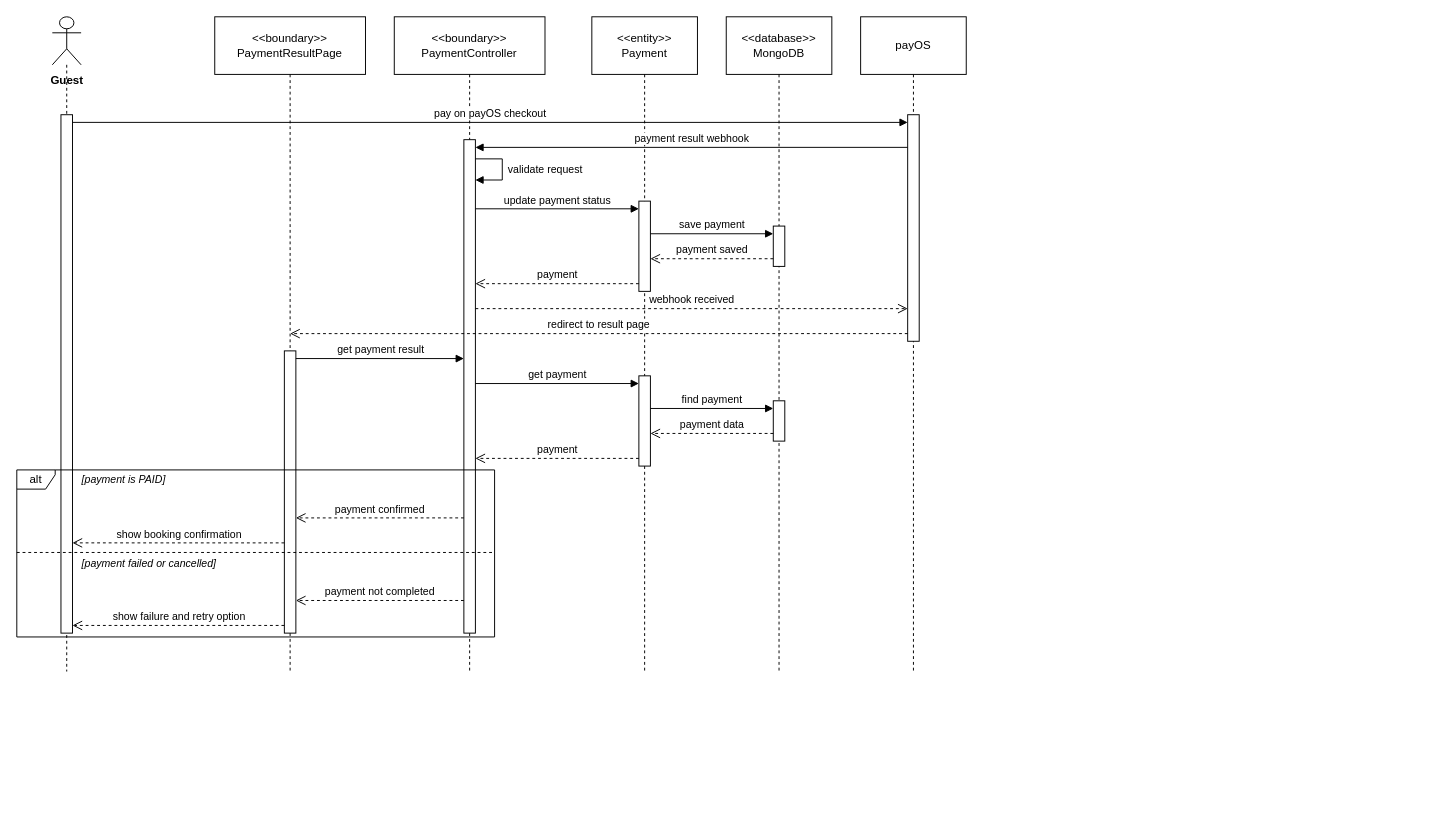
Above: final/diagrams/M4_Billing-And-Payment_Diagrams/sequence_diagrams/SD-13_UC-G10_PayForBooking.drawio in toikobi401/SWD392 (draw.io), before the change. Source tidied: cells renumbered, new cells numbered last; positions are measured from the earlier drawing's top-left corner, leaving out a move shared by most shapes. Both pictures are drawn from the tidied source at 96%, with x=0, y=0 at pixel (16, 16).
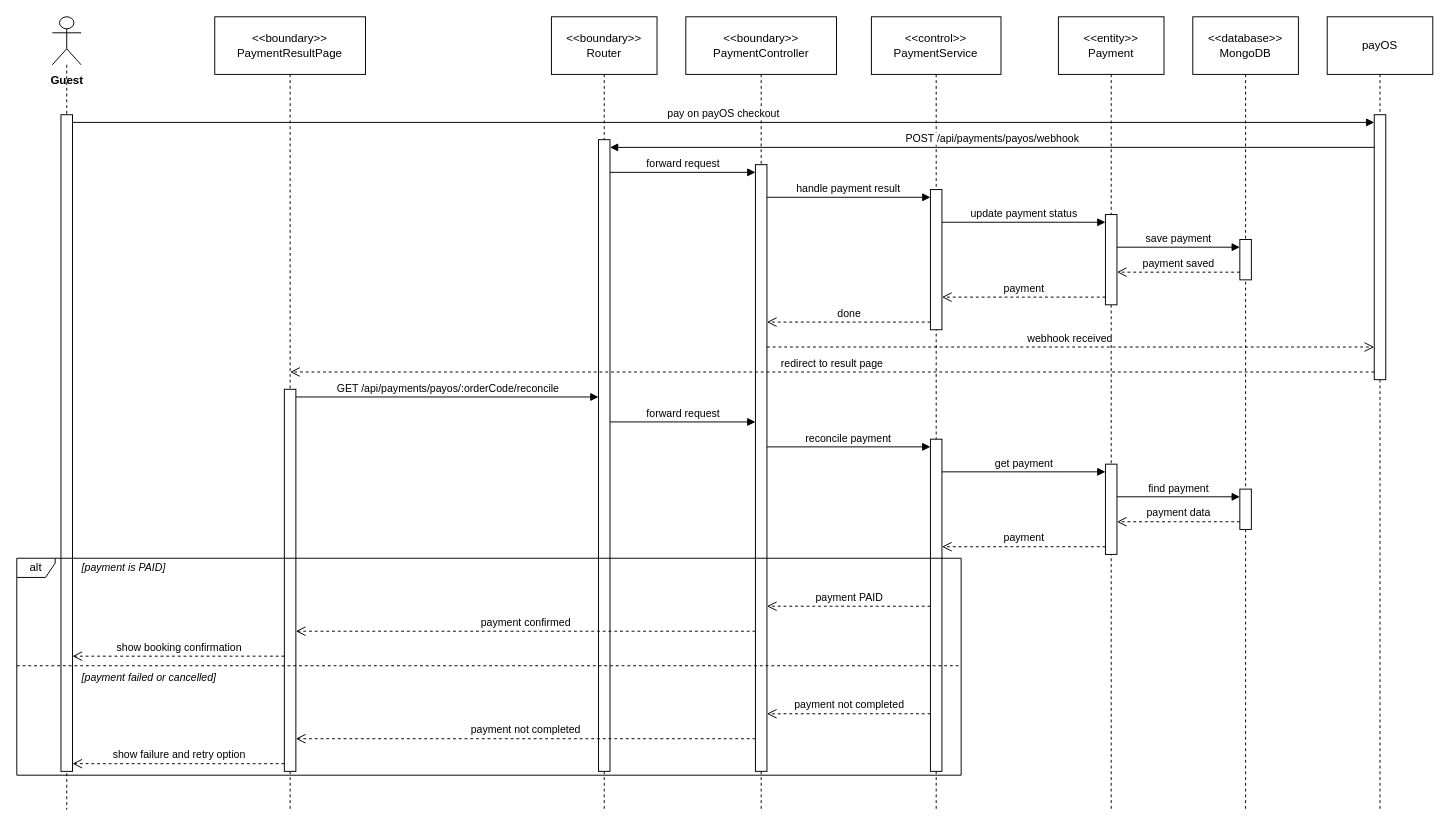
Above is the later version.

Change to the diagram source:
```diff
@@
     <mxCell id="2" value="Guest" style="shape=umlLifeline;participant=umlActor;perimeter=lifelinePerimeter;whiteSpace=nowrap;html=1;verticalAlign=top;spacingTop=52;size=50;fontStyle=1;" parent="1" vertex="1">
-      <mxGeometry x="37" width="30" height="682" as="geometry" />
+      <mxGeometry x="37" width="30" height="826" as="geometry" />
     </mxCell>
     <mxCell id="3" value="&amp;lt;&amp;lt;boundary&amp;gt;&amp;gt;&lt;br&gt;PaymentResultPage" style="shape=umlLifeline;perimeter=lifelinePerimeter;whiteSpace=wrap;html=1;outlineConnect=0;size=60;" parent="1" vertex="1">
-      <mxGeometry x="206.2" width="157" height="682" as="geometry" />
+      <mxGeometry x="206.2" width="157" height="826" as="geometry" />
     </mxCell>
+    <mxCell id="38" value="&amp;lt;&amp;lt;boundary&amp;gt;&amp;gt;&lt;br&gt;Router" style="shape=umlLifeline;perimeter=lifelinePerimeter;whiteSpace=wrap;html=1;size=60;" parent="1" vertex="1">
+      <mxGeometry x="556.9" width="110" height="826" as="geometry" />
+    </mxCell>
     <mxCell id="4" value="&amp;lt;&amp;lt;boundary&amp;gt;&amp;gt;&lt;br&gt;PaymentController" style="shape=umlLifeline;perimeter=lifelinePerimeter;whiteSpace=wrap;html=1;size=60;" parent="1" vertex="1">
-      <mxGeometry x="393.2" width="157" height="682" as="geometry" />
+      <mxGeometry x="696.9" width="157" height="826" as="geometry" />
     </mxCell>
+    <mxCell id="39" value="&amp;lt;&amp;lt;control&amp;gt;&amp;gt;&lt;br&gt;PaymentService" style="shape=umlLifeline;perimeter=lifelinePerimeter;whiteSpace=wrap;html=1;size=60;" parent="1" vertex="1">
+      <mxGeometry x="890.2" width="135" height="826" as="geometry" />
+    </mxCell>
     <mxCell id="5" value="&amp;lt;&amp;lt;entity&amp;gt;&amp;gt;&lt;br&gt;Payment" style="shape=umlLifeline;perimeter=lifelinePerimeter;whiteSpace=wrap;html=1;size=60;" parent="1" vertex="1">
-      <mxGeometry x="599" width="110" height="682" as="geometry" />
+      <mxGeometry x="1085" width="110" height="826" as="geometry" />
     </mxCell>
     <mxCell id="6" value="&amp;lt;&amp;lt;database&amp;gt;&amp;gt;&lt;br&gt;MongoDB" style="shape=umlLifeline;perimeter=lifelinePerimeter;whiteSpace=wrap;html=1;size=60;" parent="1" vertex="1">
-      <mxGeometry x="739" width="110" height="682" as="geometry" />
+      <mxGeometry x="1225" width="110" height="826" as="geometry" />
     </mxCell>
     <mxCell id="7" value="payOS" style="shape=umlLifeline;perimeter=lifelinePerimeter;whiteSpace=wrap;html=1;size=60;" parent="1" vertex="1">
-      <mxGeometry x="879" width="110" height="682" as="geometry" />
+      <mxGeometry x="1365" width="110" height="826" as="geometry" />
     </mxCell>
     <mxCell id="8" style="html=1;points=[];perimeter=orthogonalPerimeter;outlineConnect=0;targetShapes=umlLifeline;portConstraint=eastwest;" parent="6" vertex="1">
-      <mxGeometry x="49" y="218" width="12" height="42" as="geometry" />
+      <mxGeometry x="49" y="232" width="12" height="42" as="geometry" />
     </mxCell>
     <mxCell id="9" style="html=1;points=[];perimeter=orthogonalPerimeter;outlineConnect=0;targetShapes=umlLifeline;portConstraint=eastwest;" parent="5" vertex="1">
-      <mxGeometry x="49" y="192" width="12" height="94" as="geometry" />
+      <mxGeometry x="49" y="206" width="12" height="94" as="geometry" />
     </mxCell>
-    <mxCell id="10" style="html=1;points=[];perimeter=orthogonalPerimeter;outlineConnect=0;targetShapes=umlLifeline;portConstraint=eastwest;" parent="7" vertex="1">
-      <mxGeometry x="49" y="102" width="12" height="236" as="geometry" />
-    </mxCell>
-    <mxCell id="11" style="html=1;points=[];perimeter=orthogonalPerimeter;outlineConnect=0;targetShapes=umlLifeline;portConstraint=eastwest;" parent="6" vertex="1">
-      <mxGeometry x="49" y="400" width="12" height="42" as="geometry" />
-    </mxCell>
-    <mxCell id="12" style="html=1;points=[];perimeter=orthogonalPerimeter;outlineConnect=0;targetShapes=umlLifeline;portConstraint=eastwest;" parent="5" vertex="1">
-      <mxGeometry x="49" y="374" width="12" height="94" as="geometry" />
-    </mxCell>
-    <mxCell id="13" style="html=1;points=[];perimeter=orthogonalPerimeter;outlineConnect=0;targetShapes=umlLifeline;portConstraint=eastwest;" parent="3" vertex="1">
-      <mxGeometry x="72.5" y="348" width="12" height="294" as="geometry" />
-    </mxCell>
-    <mxCell id="14" style="html=1;points=[];perimeter=orthogonalPerimeter;outlineConnect=0;targetShapes=umlLifeline;portConstraint=eastwest;" parent="4" vertex="1">
-      <mxGeometry x="72.5" y="128" width="12" height="514" as="geometry" />
-    </mxCell>
-    <mxCell id="15" style="html=1;points=[];perimeter=orthogonalPerimeter;outlineConnect=0;targetShapes=umlLifeline;portConstraint=eastwest;" parent="2" vertex="1">
-      <mxGeometry x="9" y="102" width="12" height="540" as="geometry" />
-    </mxCell>
+    <mxCell id="40" style="html=1;points=[];perimeter=orthogonalPerimeter;outlineConnect=0;targetShapes=umlLifeline;portConstraint=eastwest;" parent="39" vertex="1">
+      <mxGeometry x="61.5" y="180" width="12" height="146" as="geometry" />
+    </mxCell>
+    <mxCell id="41" style="html=1;points=[];perimeter=orthogonalPerimeter;outlineConnect=0;targetShapes=umlLifeline;portConstraint=eastwest;" parent="7" vertex="1">
+      <mxGeometry x="49" y="102" width="12" height="276" as="geometry" />
+    </mxCell>
+    <mxCell id="42" style="html=1;points=[];perimeter=orthogonalPerimeter;outlineConnect=0;targetShapes=umlLifeline;portConstraint=eastwest;" parent="6" vertex="1">
+      <mxGeometry x="49" y="492" width="12" height="42" as="geometry" />
+    </mxCell>
+    <mxCell id="43" style="html=1;points=[];perimeter=orthogonalPerimeter;outlineConnect=0;targetShapes=umlLifeline;portConstraint=eastwest;" parent="5" vertex="1">
+      <mxGeometry x="49" y="466" width="12" height="94" as="geometry" />
+    </mxCell>
+    <mxCell id="44" style="html=1;points=[];perimeter=orthogonalPerimeter;outlineConnect=0;targetShapes=umlLifeline;portConstraint=eastwest;" parent="39" vertex="1">
+      <mxGeometry x="61.5" y="440" width="12" height="346" as="geometry" />
+    </mxCell>
+    <mxCell id="45" style="html=1;points=[];perimeter=orthogonalPerimeter;outlineConnect=0;targetShapes=umlLifeline;portConstraint=eastwest;" parent="3" vertex="1">
+      <mxGeometry x="72.5" y="388" width="12" height="398" as="geometry" />
+    </mxCell>
+    <mxCell id="46" style="html=1;points=[];perimeter=orthogonalPerimeter;outlineConnect=0;targetShapes=umlLifeline;portConstraint=eastwest;" parent="4" vertex="1">
+      <mxGeometry x="72.5" y="154" width="12" height="632" as="geometry" />
+    </mxCell>
+    <mxCell id="47" style="html=1;points=[];perimeter=orthogonalPerimeter;outlineConnect=0;targetShapes=umlLifeline;portConstraint=eastwest;" parent="38" vertex="1">
+      <mxGeometry x="49" y="128" width="12" height="658" as="geometry" />
+    </mxCell>
+    <mxCell id="48" style="html=1;points=[];perimeter=orthogonalPerimeter;outlineConnect=0;targetShapes=umlLifeline;portConstraint=eastwest;" parent="2" vertex="1">
+      <mxGeometry x="9" y="102" width="12" height="684" as="geometry" />
+    </mxCell>
     <mxCell id="16" value="alt" style="shape=umlFrame;whiteSpace=wrap;html=1;width=40;height=20;" parent="1" vertex="1">
-      <mxGeometry y="472" width="497.7" height="174" as="geometry" />
+      <mxGeometry y="564" width="983.7" height="226" as="geometry" />
     </mxCell>
     <mxCell id="17" style="endArrow=none;dashed=1;html=1;rounded=0;" parent="1" edge="1">
       <mxGeometry relative="1" as="geometry">
-        <mxPoint y="558" as="sourcePoint" />
-        <mxPoint x="497.7" y="558" as="targetPoint" />
+        <mxPoint y="676" as="sourcePoint" />
+        <mxPoint x="983.7" y="676" as="targetPoint" />
       </mxGeometry>
     </mxCell>
     <mxCell id="18" value="[payment is PAID]" style="text;html=1;align=left;verticalAlign=middle;whiteSpace=nowrap;fontSize=11;fontStyle=2;labelBackgroundColor=#ffffff;" parent="1" vertex="1">
-      <mxGeometry x="66" y="472" width="106.5" height="20" as="geometry" />
+      <mxGeometry x="66" y="564" width="106.5" height="20" as="geometry" />
     </mxCell>
     <mxCell id="19" value="[payment failed or cancelled]" style="text;html=1;align=left;verticalAlign=middle;whiteSpace=nowrap;fontSize=11;fontStyle=2;labelBackgroundColor=#ffffff;" parent="1" vertex="1">
-      <mxGeometry x="66" y="560" width="182.1" height="20" as="geometry" />
+      <mxGeometry x="66" y="678" width="182.1" height="20" as="geometry" />
     </mxCell>
-    <mxCell id="20" value="pay on payOS checkout" style="html=1;verticalAlign=bottom;rounded=0;fontSize=11;endArrow=block;endFill=1;exitX=1;exitY=0.0148;exitDx=0;exitDy=0;exitPerimeter=0;entryX=0;entryY=0.0339;entryDx=0;entryDy=0;entryPerimeter=0;" parent="1" edge="1" source="15" target="10">
+    <mxCell id="20" value="pay on payOS checkout" style="html=1;verticalAlign=bottom;rounded=0;fontSize=11;endArrow=block;endFill=1;exitX=1;exitY=0.0117;exitDx=0;exitDy=0;exitPerimeter=0;entryX=0;entryY=0.029;entryDx=0;entryDy=0;entryPerimeter=0;" parent="1" edge="1" source="48" target="41">
       <mxGeometry relative="1" as="geometry" />
     </mxCell>
-    <mxCell id="21" value="payment result webhook" style="html=1;verticalAlign=bottom;rounded=0;fontSize=11;endArrow=block;endFill=1;exitX=0;exitY=0.1441;exitDx=0;exitDy=0;exitPerimeter=0;entryX=1;entryY=0.0156;entryDx=0;entryDy=0;entryPerimeter=0;" parent="1" edge="1" source="10" target="14">
+    <mxCell id="21" value="POST /api/payments/payos/webhook" style="html=1;verticalAlign=bottom;rounded=0;fontSize=11;endArrow=block;endFill=1;exitX=0;exitY=0.1232;exitDx=0;exitDy=0;exitPerimeter=0;entryX=1;entryY=0.0122;entryDx=0;entryDy=0;entryPerimeter=0;" parent="1" edge="1" source="41" target="47">
       <mxGeometry relative="1" as="geometry" />
     </mxCell>
-    <mxCell id="22" value="validate request" style="html=1;align=left;spacingLeft=4;verticalAlign=middle;endArrow=block;endFill=1;rounded=0;fontSize=11;exitX=1;exitY=0.0389;exitDx=0;exitDy=0;exitPerimeter=0;entryX=1;entryY=0.0817;entryDx=0;entryDy=0;entryPerimeter=0;" parent="1" edge="1" source="14" target="14">
-      <mxGeometry relative="1" as="geometry">
-        <Array as="points">
-          <mxPoint x="505.7" y="148" />
-          <mxPoint x="505.7" y="170" />
-        </Array>
-      </mxGeometry>
+    <mxCell id="22" value="forward request" style="html=1;verticalAlign=bottom;rounded=0;fontSize=11;endArrow=block;endFill=1;exitX=1;exitY=0.0517;exitDx=0;exitDy=0;exitPerimeter=0;entryX=0;entryY=0.0127;entryDx=0;entryDy=0;entryPerimeter=0;" parent="1" edge="1" source="47" target="46">
+      <mxGeometry relative="1" as="geometry" />
     </mxCell>
-    <mxCell id="23" value="update payment status" style="html=1;verticalAlign=bottom;rounded=0;fontSize=11;endArrow=block;endFill=1;exitX=1;exitY=0.1401;exitDx=0;exitDy=0;exitPerimeter=0;entryX=0;entryY=0.0851;entryDx=0;entryDy=0;entryPerimeter=0;" parent="1" edge="1" source="14" target="9">
+    <mxCell id="23" value="handle payment result" style="html=1;verticalAlign=bottom;rounded=0;fontSize=11;endArrow=block;endFill=1;exitX=1;exitY=0.0538;exitDx=0;exitDy=0;exitPerimeter=0;entryX=0;entryY=0.0548;entryDx=0;entryDy=0;entryPerimeter=0;" parent="1" edge="1" source="46" target="40">
       <mxGeometry relative="1" as="geometry" />
     </mxCell>
-    <mxCell id="24" value="save payment" style="html=1;verticalAlign=bottom;rounded=0;fontSize=11;endArrow=block;endFill=1;exitX=1;exitY=0.3617;exitDx=0;exitDy=0;exitPerimeter=0;entryX=0;entryY=0.1905;entryDx=0;entryDy=0;entryPerimeter=0;" parent="1" edge="1" source="9" target="8">
+    <mxCell id="24" value="update payment status" style="html=1;verticalAlign=bottom;rounded=0;fontSize=11;endArrow=block;endFill=1;exitX=1;exitY=0.2329;exitDx=0;exitDy=0;exitPerimeter=0;entryX=0;entryY=0.0851;entryDx=0;entryDy=0;entryPerimeter=0;" parent="1" edge="1" source="40" target="9">
       <mxGeometry relative="1" as="geometry" />
     </mxCell>
-    <mxCell id="25" value="payment saved" style="html=1;verticalAlign=bottom;rounded=0;fontSize=11;dashed=1;endArrow=open;endSize=8;exitX=0;exitY=0.8095;exitDx=0;exitDy=0;exitPerimeter=0;entryX=1;entryY=0.6383;entryDx=0;entryDy=0;entryPerimeter=0;" parent="1" edge="1" source="8" target="9">
+    <mxCell id="25" value="save payment" style="html=1;verticalAlign=bottom;rounded=0;fontSize=11;endArrow=block;endFill=1;exitX=1;exitY=0.3617;exitDx=0;exitDy=0;exitPerimeter=0;entryX=0;entryY=0.1905;entryDx=0;entryDy=0;entryPerimeter=0;" parent="1" edge="1" source="9" target="8">
       <mxGeometry relative="1" as="geometry" />
     </mxCell>
-    <mxCell id="26" value="payment" style="html=1;verticalAlign=bottom;rounded=0;fontSize=11;dashed=1;endArrow=open;endSize=8;exitX=0;exitY=0.9149;exitDx=0;exitDy=0;exitPerimeter=0;entryX=1;entryY=0.2918;entryDx=0;entryDy=0;entryPerimeter=0;" parent="1" edge="1" source="9" target="14">
+    <mxCell id="26" value="payment saved" style="html=1;verticalAlign=bottom;rounded=0;fontSize=11;dashed=1;endArrow=open;endSize=8;exitX=0;exitY=0.8095;exitDx=0;exitDy=0;exitPerimeter=0;entryX=1;entryY=0.6383;entryDx=0;entryDy=0;entryPerimeter=0;" parent="1" edge="1" source="8" target="9">
       <mxGeometry relative="1" as="geometry" />
     </mxCell>
-    <mxCell id="27" value="webhook received" style="html=1;verticalAlign=bottom;rounded=0;fontSize=11;dashed=1;endArrow=open;endSize=8;exitX=1;exitY=0.3424;exitDx=0;exitDy=0;exitPerimeter=0;entryX=0;entryY=0.8559;entryDx=0;entryDy=0;entryPerimeter=0;" parent="1" edge="1" source="14" target="10">
+    <mxCell id="27" value="payment" style="html=1;verticalAlign=bottom;rounded=0;fontSize=11;dashed=1;endArrow=open;endSize=8;exitX=0;exitY=0.9149;exitDx=0;exitDy=0;exitPerimeter=0;entryX=1;entryY=0.7671;entryDx=0;entryDy=0;entryPerimeter=0;" parent="1" edge="1" source="9" target="40">
       <mxGeometry relative="1" as="geometry" />
     </mxCell>
-    <mxCell id="28" value="redirect to result page" style="html=1;verticalAlign=bottom;rounded=0;fontSize=11;dashed=1;endArrow=open;endSize=8;exitX=0;exitY=0.9661;exitDx=0;exitDy=0;exitPerimeter=0;entryX=0.5;entryY=0.4839;entryDx=0;entryDy=0;entryPerimeter=0;" parent="1" edge="1" source="10" target="3">
+    <mxCell id="28" value="done" style="html=1;verticalAlign=bottom;rounded=0;fontSize=11;dashed=1;endArrow=open;endSize=8;exitX=0;exitY=0.9452;exitDx=0;exitDy=0;exitPerimeter=0;entryX=1;entryY=0.2595;entryDx=0;entryDy=0;entryPerimeter=0;" parent="1" edge="1" source="40" target="46">
       <mxGeometry relative="1" as="geometry" />
     </mxCell>
-    <mxCell id="29" value="get payment result" style="html=1;verticalAlign=bottom;rounded=0;fontSize=11;endArrow=block;endFill=1;exitX=1;exitY=0.0272;exitDx=0;exitDy=0;exitPerimeter=0;entryX=0;entryY=0.4436;entryDx=0;entryDy=0;entryPerimeter=0;" parent="1" edge="1" source="13" target="14">
+    <mxCell id="29" value="webhook received" style="html=1;verticalAlign=bottom;rounded=0;fontSize=11;dashed=1;endArrow=open;endSize=8;exitX=1;exitY=0.3006;exitDx=0;exitDy=0;exitPerimeter=0;entryX=0;entryY=0.8768;entryDx=0;entryDy=0;entryPerimeter=0;" parent="1" edge="1" source="46" target="41">
       <mxGeometry relative="1" as="geometry" />
     </mxCell>
-    <mxCell id="30" value="get payment" style="html=1;verticalAlign=bottom;rounded=0;fontSize=11;endArrow=block;endFill=1;exitX=1;exitY=0.4942;exitDx=0;exitDy=0;exitPerimeter=0;entryX=0;entryY=0.0851;entryDx=0;entryDy=0;entryPerimeter=0;" parent="1" edge="1" source="14" target="12">
+    <mxCell id="30" value="redirect to result page" style="html=1;verticalAlign=bottom;rounded=0;fontSize=11;dashed=1;endArrow=open;endSize=8;exitX=0;exitY=0.971;exitDx=0;exitDy=0;exitPerimeter=0;entryX=0.5;entryY=0.4479;entryDx=0;entryDy=0;entryPerimeter=0;" parent="1" edge="1" source="41" target="3">
       <mxGeometry relative="1" as="geometry" />
     </mxCell>
-    <mxCell id="31" value="find payment" style="html=1;verticalAlign=bottom;rounded=0;fontSize=11;endArrow=block;endFill=1;exitX=1;exitY=0.3617;exitDx=0;exitDy=0;exitPerimeter=0;entryX=0;entryY=0.1905;entryDx=0;entryDy=0;entryPerimeter=0;" parent="1" edge="1" source="12" target="11">
+    <mxCell id="31" value="GET /api/payments/payos/:orderCode/reconcile" style="html=1;verticalAlign=bottom;rounded=0;fontSize=11;endArrow=block;endFill=1;exitX=1;exitY=0.0201;exitDx=0;exitDy=0;exitPerimeter=0;entryX=0;entryY=0.4073;entryDx=0;entryDy=0;entryPerimeter=0;" parent="1" edge="1" source="45" target="47">
       <mxGeometry relative="1" as="geometry" />
     </mxCell>
-    <mxCell id="32" value="payment data" style="html=1;verticalAlign=bottom;rounded=0;fontSize=11;dashed=1;endArrow=open;endSize=8;exitX=0;exitY=0.8095;exitDx=0;exitDy=0;exitPerimeter=0;entryX=1;entryY=0.6383;entryDx=0;entryDy=0;entryPerimeter=0;" parent="1" edge="1" source="11" target="12">
+    <mxCell id="32" value="forward request" style="html=1;verticalAlign=bottom;rounded=0;fontSize=11;endArrow=block;endFill=1;exitX=1;exitY=0.4468;exitDx=0;exitDy=0;exitPerimeter=0;entryX=0;entryY=0.4241;entryDx=0;entryDy=0;entryPerimeter=0;" parent="1" edge="1" source="47" target="46">
       <mxGeometry relative="1" as="geometry" />
     </mxCell>
-    <mxCell id="33" value="payment" style="html=1;verticalAlign=bottom;rounded=0;fontSize=11;dashed=1;endArrow=open;endSize=8;exitX=0;exitY=0.9149;exitDx=0;exitDy=0;exitPerimeter=0;entryX=1;entryY=0.6459;entryDx=0;entryDy=0;entryPerimeter=0;" parent="1" edge="1" source="12" target="14">
+    <mxCell id="33" value="reconcile payment" style="html=1;verticalAlign=bottom;rounded=0;fontSize=11;endArrow=block;endFill=1;exitX=1;exitY=0.4652;exitDx=0;exitDy=0;exitPerimeter=0;entryX=0;entryY=0.0231;entryDx=0;entryDy=0;entryPerimeter=0;" parent="1" edge="1" source="46" target="44">
       <mxGeometry relative="1" as="geometry" />
     </mxCell>
-    <mxCell id="34" value="payment confirmed" style="html=1;verticalAlign=bottom;rounded=0;fontSize=11;dashed=1;endArrow=open;endSize=8;exitX=0;exitY=0.7665;exitDx=0;exitDy=0;exitPerimeter=0;entryX=1;entryY=0.5918;entryDx=0;entryDy=0;entryPerimeter=0;" parent="1" edge="1" source="14" target="13">
+    <mxCell id="34" value="get payment" style="html=1;verticalAlign=bottom;rounded=0;fontSize=11;endArrow=block;endFill=1;exitX=1;exitY=0.0983;exitDx=0;exitDy=0;exitPerimeter=0;entryX=0;entryY=0.0851;entryDx=0;entryDy=0;entryPerimeter=0;" parent="1" edge="1" source="44" target="43">
       <mxGeometry relative="1" as="geometry" />
     </mxCell>
-    <mxCell id="35" value="show booking confirmation" style="html=1;verticalAlign=bottom;rounded=0;fontSize=11;dashed=1;endArrow=open;endSize=8;exitX=0;exitY=0.6803;exitDx=0;exitDy=0;exitPerimeter=0;entryX=1;entryY=0.8259;entryDx=0;entryDy=0;entryPerimeter=0;" parent="1" edge="1" source="13" target="15">
+    <mxCell id="35" value="find payment" style="html=1;verticalAlign=bottom;rounded=0;fontSize=11;endArrow=block;endFill=1;exitX=1;exitY=0.3617;exitDx=0;exitDy=0;exitPerimeter=0;entryX=0;entryY=0.1905;entryDx=0;entryDy=0;entryPerimeter=0;" parent="1" edge="1" source="43" target="42">
       <mxGeometry relative="1" as="geometry" />
     </mxCell>
-    <mxCell id="36" value="payment not completed" style="html=1;verticalAlign=bottom;rounded=0;fontSize=11;dashed=1;endArrow=open;endSize=8;exitX=0;exitY=0.9339;exitDx=0;exitDy=0;exitPerimeter=0;entryX=1;entryY=0.8844;entryDx=0;entryDy=0;entryPerimeter=0;" parent="1" edge="1" source="14" target="13">
+    <mxCell id="36" value="payment data" style="html=1;verticalAlign=bottom;rounded=0;fontSize=11;dashed=1;endArrow=open;endSize=8;exitX=0;exitY=0.8095;exitDx=0;exitDy=0;exitPerimeter=0;entryX=1;entryY=0.6383;entryDx=0;entryDy=0;entryPerimeter=0;" parent="1" edge="1" source="42" target="43">
       <mxGeometry relative="1" as="geometry" />
     </mxCell>
-    <mxCell id="37" value="show failure and retry option" style="html=1;verticalAlign=bottom;rounded=0;fontSize=11;dashed=1;endArrow=open;endSize=8;exitX=0;exitY=0.9728;exitDx=0;exitDy=0;exitPerimeter=0;entryX=1;entryY=0.9852;entryDx=0;entryDy=0;entryPerimeter=0;" parent="1" edge="1" source="13" target="15">
+    <mxCell id="37" value="payment" style="html=1;verticalAlign=bottom;rounded=0;fontSize=11;dashed=1;endArrow=open;endSize=8;exitX=0;exitY=0.9149;exitDx=0;exitDy=0;exitPerimeter=0;entryX=1;entryY=0.3237;entryDx=0;entryDy=0;entryPerimeter=0;" parent="1" edge="1" source="43" target="44">
       <mxGeometry relative="1" as="geometry" />
     </mxCell>
+    <mxCell id="49" value="payment PAID" style="html=1;verticalAlign=bottom;rounded=0;fontSize=11;dashed=1;endArrow=open;endSize=8;exitX=0;exitY=0.5029;exitDx=0;exitDy=0;exitPerimeter=0;entryX=1;entryY=0.7278;entryDx=0;entryDy=0;entryPerimeter=0;" parent="1" edge="1" source="44" target="46">
+      <mxGeometry relative="1" as="geometry" />
+    </mxCell>
+    <mxCell id="50" value="payment confirmed" style="html=1;verticalAlign=bottom;rounded=0;fontSize=11;dashed=1;endArrow=open;endSize=8;exitX=0;exitY=0.769;exitDx=0;exitDy=0;exitPerimeter=0;entryX=1;entryY=0.6332;entryDx=0;entryDy=0;entryPerimeter=0;" parent="1" edge="1" source="46" target="45">
+      <mxGeometry relative="1" as="geometry" />
+    </mxCell>
+    <mxCell id="51" value="show booking confirmation" style="html=1;verticalAlign=bottom;rounded=0;fontSize=11;dashed=1;endArrow=open;endSize=8;exitX=0;exitY=0.6985;exitDx=0;exitDy=0;exitPerimeter=0;entryX=1;entryY=0.8246;entryDx=0;entryDy=0;entryPerimeter=0;" parent="1" edge="1" source="45" target="48">
+      <mxGeometry relative="1" as="geometry" />
+    </mxCell>
+    <mxCell id="52" value="payment not completed" style="html=1;verticalAlign=bottom;rounded=0;fontSize=11;dashed=1;endArrow=open;endSize=8;exitX=0;exitY=0.8266;exitDx=0;exitDy=0;exitPerimeter=0;entryX=1;entryY=0.9051;entryDx=0;entryDy=0;entryPerimeter=0;" parent="1" edge="1" source="44" target="46">
+      <mxGeometry relative="1" as="geometry" />
+    </mxCell>
+    <mxCell id="53" value="payment not completed" style="html=1;verticalAlign=bottom;rounded=0;fontSize=11;dashed=1;endArrow=open;endSize=8;exitX=0;exitY=0.9462;exitDx=0;exitDy=0;exitPerimeter=0;entryX=1;entryY=0.9146;entryDx=0;entryDy=0;entryPerimeter=0;" parent="1" edge="1" source="46" target="45">
+      <mxGeometry relative="1" as="geometry" />
+    </mxCell>
+    <mxCell id="54" value="show failure and retry option" style="html=1;verticalAlign=bottom;rounded=0;fontSize=11;dashed=1;endArrow=open;endSize=8;exitX=0;exitY=0.9799;exitDx=0;exitDy=0;exitPerimeter=0;entryX=1;entryY=0.9883;entryDx=0;entryDy=0;entryPerimeter=0;" parent="1" edge="1" source="45" target="48">
+      <mxGeometry relative="1" as="geometry" />
+    </mxCell>
```
